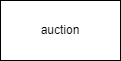
Earlier version of the draw.io export auction.drawio.png (chizhang0213/Database-Fundamental). Source tidied: cells renumbered, new cells last; positions are measured from the earlier drawing's top-left corner, leaving out a move shared by most shapes.
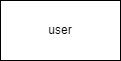
The same diagram one commit later.

Change to the diagram source:
```diff
@@ -2,7 +2,7 @@
   <root>
     <mxCell id="0" />
     <mxCell id="1" parent="0" />
-    <mxCell id="2" value="auction" style="rounded=0;whiteSpace=wrap;html=1;" parent="1" vertex="1">
+    <mxCell id="2" value="user" style="rounded=0;whiteSpace=wrap;html=1;" parent="1" vertex="1">
       <mxGeometry width="120" height="60" as="geometry" />
     </mxCell>
   </root>
```
